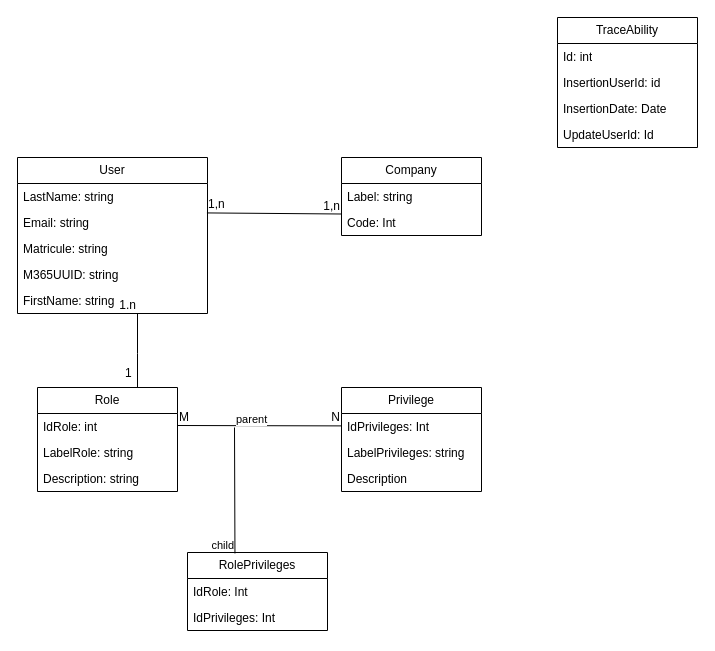
The draw.io diagram Untitled Diagram.drawio in Michelle-Ngami/Conception_DSF, before the edit. Source tidied: cells renumbered, new cells numbered last; positions are measured from the earlier drawing's top-left corner, leaving out a move shared by most shapes. Both pictures are drawn from the tidied source at 100%, with x=0, y=0 at pixel (17, 17).
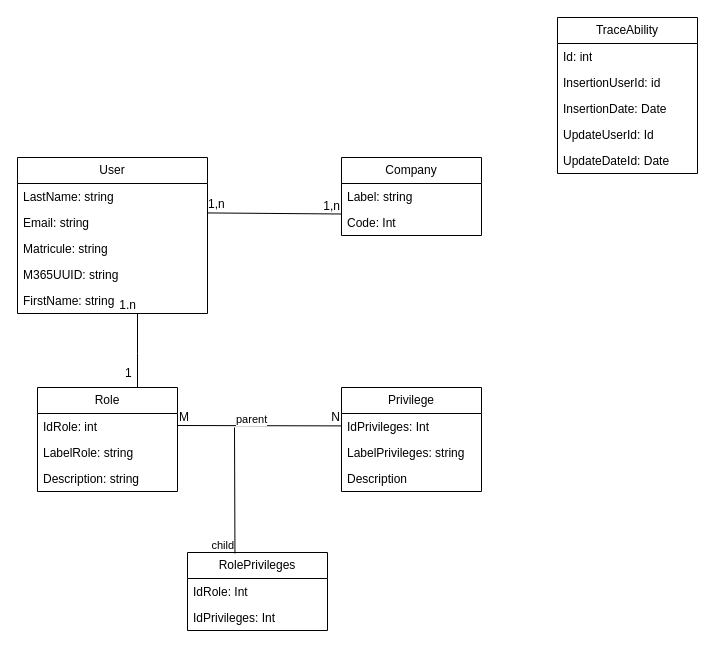
Above is the later version.

Commit message (it also covers changes not shown here):
Mettre à jour Untitled Diagram.drawio

The edit, as a diff of the source:
```diff
@@
     <mxCell id="34" value="TraceAbility" style="swimlane;fontStyle=0;horizontal=1;startSize=26;fillColor=none;whiteSpace=wrap;html=1;" parent="1" vertex="1">
-      <mxGeometry x="540" width="140" height="130" as="geometry" />
+      <mxGeometry x="540" width="140" height="156" as="geometry" />
     </mxCell>
@@
+    <mxCell id="39" value="UpdateDateId: Date" style="text;strokeColor=none;fillColor=none;align=left;verticalAlign=top;spacingLeft=4;spacingRight=4;overflow=hidden;whiteSpace=wrap;html=1;" parent="34" vertex="1">
+      <mxGeometry y="130" width="140" height="26" as="geometry" />
+    </mxCell>
```
